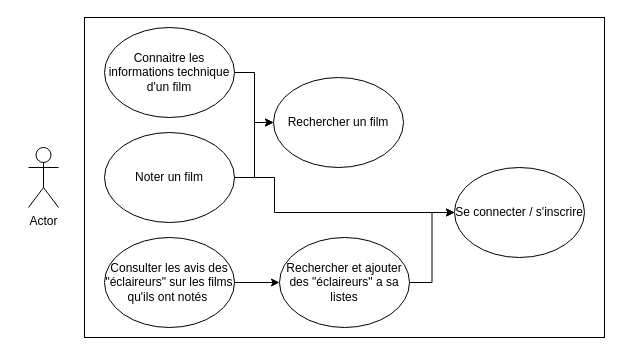
Above: doc/Diagramme sans nom.drawio in leolrl/Projet2A (draw.io), before the change. Source tidied: cells renumbered, new cells numbered last; positions are measured from the earlier drawing's top-left corner, leaving out a move shared by most shapes. Both pictures are drawn from the tidied source at 100%, with x=0, y=0 at pixel (28, 17).
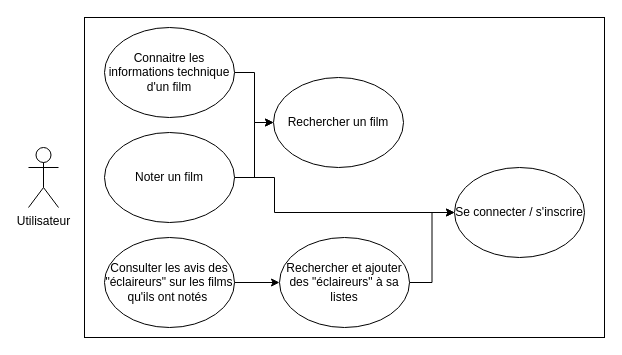
The same page after the edit.

Commit message:
Mettre à jour Diagramme cas d'utilisation V2

Diff of the diagram source:
```diff
@@
 <mxGraphModel>
   <root>
     <mxCell id="0" />
     <mxCell id="1" parent="0" />
-    <mxCell id="2" value="Actor" style="shape=umlActor;verticalLabelPosition=bottom;verticalAlign=top;html=1;" parent="1" vertex="1">
+    <mxCell id="2" value="Utilisateur" style="shape=umlActor;verticalLabelPosition=bottom;verticalAlign=top;html=1;" parent="1" vertex="1">
       <mxGeometry y="130" width="30" height="60" as="geometry" />
     </mxCell>
     <mxCell id="3" style="rounded=0;whiteSpace=wrap;html=1;" parent="1" vertex="1">
       <mxGeometry x="56" width="520" height="320" as="geometry" />
     </mxCell>
     <mxCell id="4" style="edgeStyle=orthogonalEdgeStyle;rounded=0;jettySize=auto;html=1;exitX=1;exitY=0.5;exitDx=0;exitDy=0;entryX=0;entryY=0.5;entryDx=0;entryDy=0;" parent="1" edge="1" source="5" target="11">
       <mxGeometry relative="1" as="geometry" />
     </mxCell>
     <mxCell id="5" value="Connaitre les informations technique d'un film" style="ellipse;whiteSpace=wrap;html=1;" parent="1" vertex="1">
       <mxGeometry x="76" y="10" width="130" height="90" as="geometry" />
     </mxCell>
     <mxCell id="6" style="edgeStyle=orthogonalEdgeStyle;rounded=0;jettySize=auto;html=1;exitX=1;exitY=0.5;exitDx=0;exitDy=0;entryX=0;entryY=0.5;entryDx=0;entryDy=0;" parent="1" edge="1" source="8" target="11">
       <mxGeometry relative="1" as="geometry" />
     </mxCell>
     <mxCell id="7" style="edgeStyle=orthogonalEdgeStyle;rounded=0;jettySize=auto;html=1;exitX=1;exitY=0.5;exitDx=0;exitDy=0;entryX=0;entryY=0.5;entryDx=0;entryDy=0;" parent="1" edge="1" source="8" target="12">
       <mxGeometry relative="1" as="geometry">
         <Array as="points">
           <mxPoint x="246" y="160" />
           <mxPoint x="246" y="195" />
         </Array>
       </mxGeometry>
     </mxCell>
     <mxCell id="8" value="Noter un film" style="ellipse;whiteSpace=wrap;html=1;" parent="1" vertex="1">
       <mxGeometry x="76" y="115" width="130" height="90" as="geometry" />
     </mxCell>
     <mxCell id="9" style="edgeStyle=orthogonalEdgeStyle;rounded=0;jettySize=auto;html=1;exitX=1;exitY=0.5;exitDx=0;exitDy=0;" parent="1" edge="1" source="10" target="14">
       <mxGeometry relative="1" as="geometry" />
     </mxCell>
     <mxCell id="10" value="Consulter les avis des &quot;éclaireurs&quot; sur les films qu'ils ont notés&amp;nbsp;" style="ellipse;whiteSpace=wrap;html=1;" parent="1" vertex="1">
       <mxGeometry x="76" y="220" width="130" height="90" as="geometry" />
     </mxCell>
     <mxCell id="11" value="Rechercher un film" style="ellipse;whiteSpace=wrap;html=1;" parent="1" vertex="1">
       <mxGeometry x="245" y="60" width="130" height="90" as="geometry" />
     </mxCell>
     <mxCell id="12" value="Se connecter / s'inscrire" style="ellipse;whiteSpace=wrap;html=1;" parent="1" vertex="1">
       <mxGeometry x="426" y="150" width="130" height="90" as="geometry" />
     </mxCell>
     <mxCell id="13" style="edgeStyle=orthogonalEdgeStyle;rounded=0;jettySize=auto;html=1;exitX=1;exitY=0.5;exitDx=0;exitDy=0;entryX=0;entryY=0.5;entryDx=0;entryDy=0;" parent="1" edge="1" source="14" target="12">
       <mxGeometry relative="1" as="geometry" />
     </mxCell>
-    <mxCell id="14" value="Rechercher et ajouter des &quot;éclaireurs&quot; a sa listes" style="ellipse;whiteSpace=wrap;html=1;" parent="1" vertex="1">
+    <mxCell id="14" value="Rechercher et ajouter des &quot;éclaireurs&quot; à sa listes" style="ellipse;whiteSpace=wrap;html=1;" parent="1" vertex="1">
       <mxGeometry x="251" y="220" width="130" height="90" as="geometry" />
     </mxCell>
   </root>
 </mxGraphModel>
```
